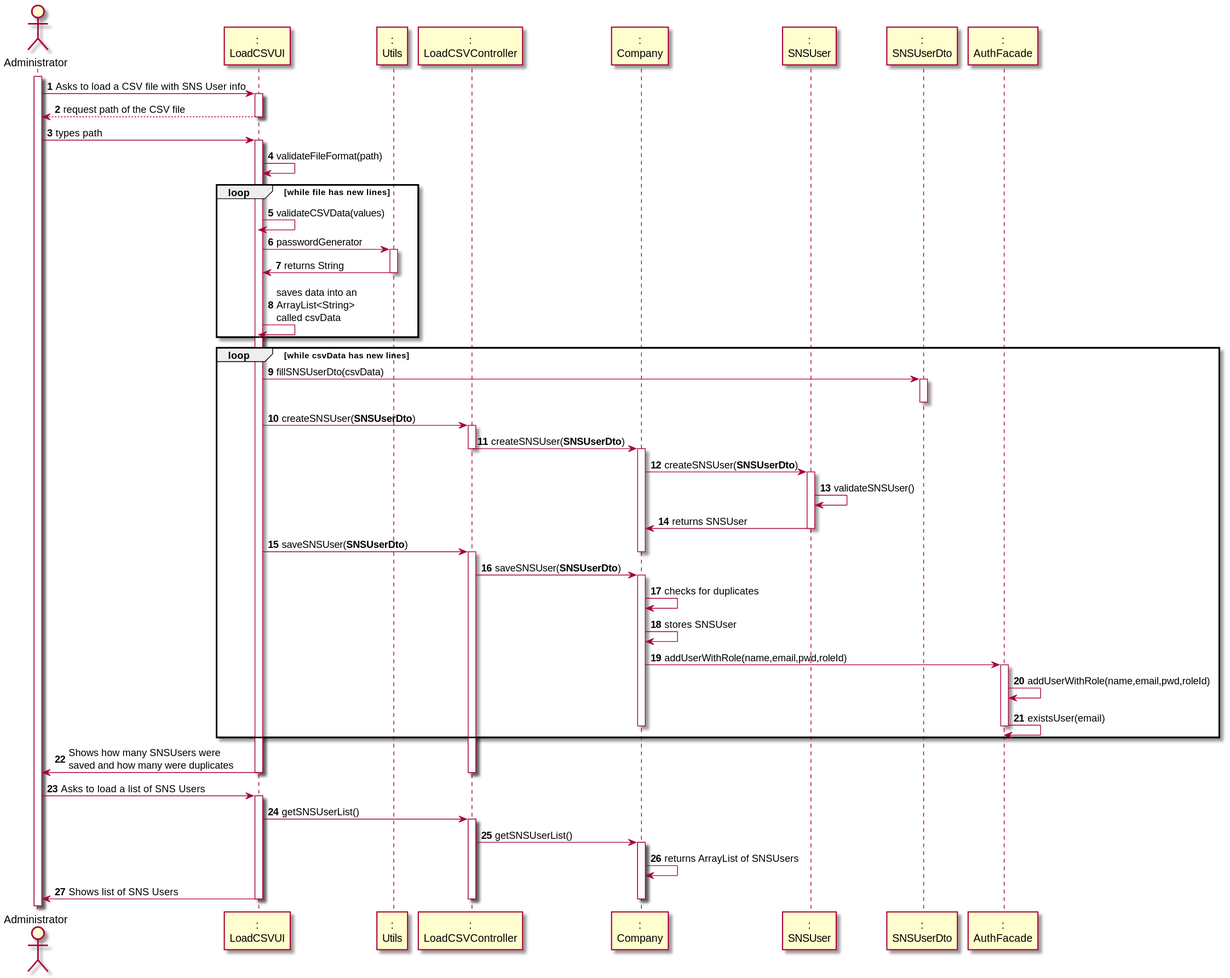
Above: docs/SprintC/US014/US014_SD.svg in Pirussa/lei-22-s2-1da-g02 (PlantUML), before the change.
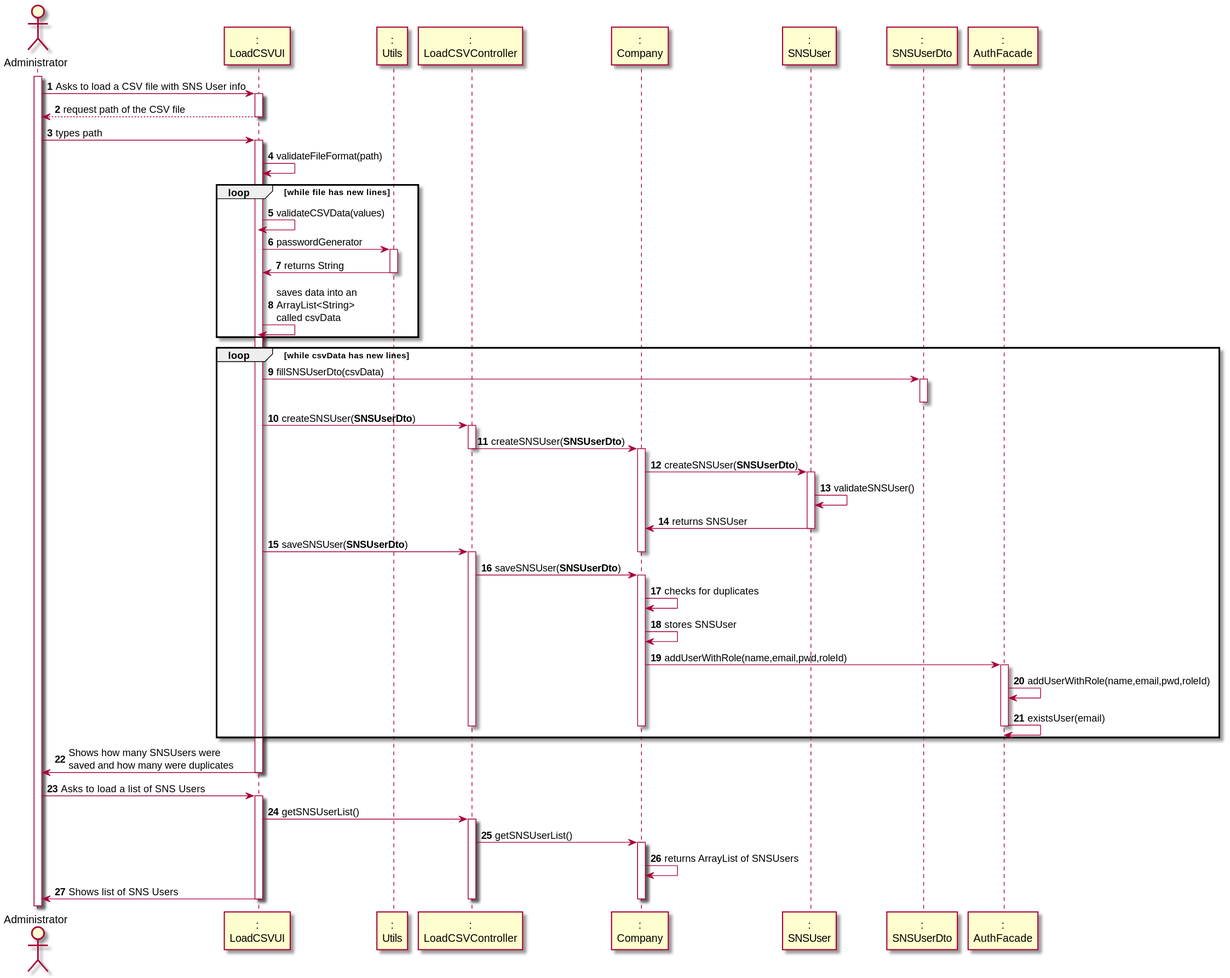
The same diagram one commit later.

The edit, as a diff of the source:
```diff
@@ -61,7 +61,9 @@
 AUTH -> AUTH: existsUser(email)
 deactivate AUTH
 deactivate COMP
+deactivate CTRL
 end loop
+
 
 UI -> USER: Shows how many SNSUsers were\nsaved and how many were duplicates
 deactivate CTRL
```
